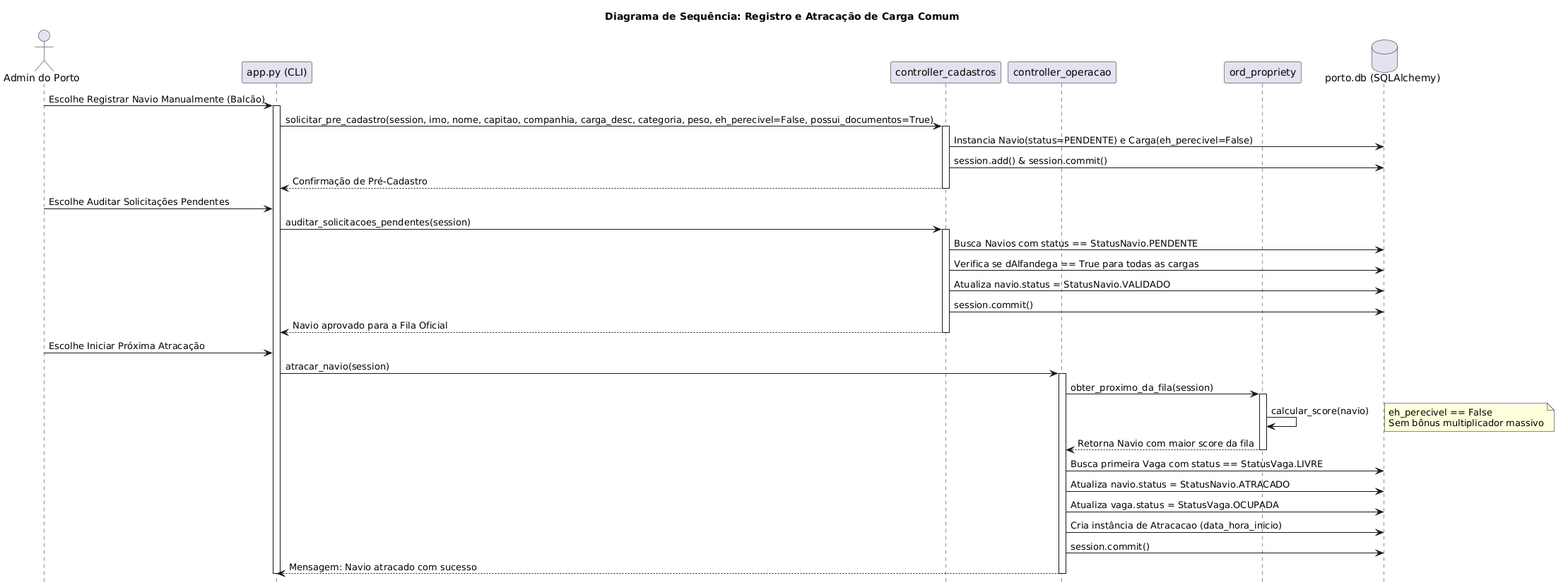
This is Docs/Diagramas/Imagens/Sequencia_2.png from Lucas2Araujo/App_ADMPortuaria, a PlantUML export, as it was before one commit.
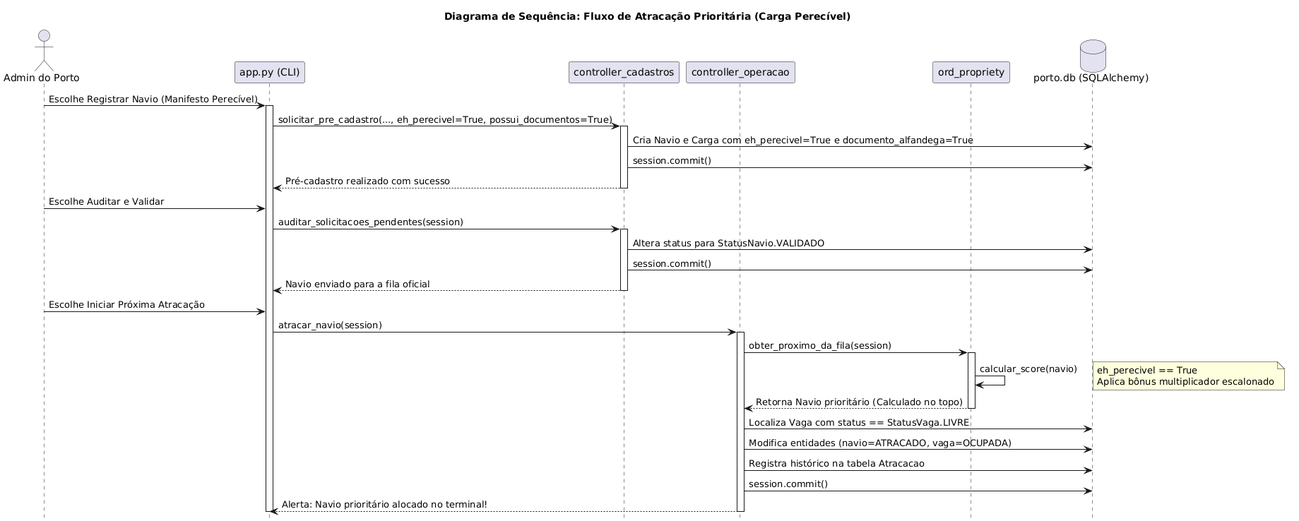
Later version of the same file.

Change to the diagram source:
```diff
@@ -1,5 +1,5 @@
 @startuml
-title Diagrama de Sequência: Registro e Atracação de Carga Comum
+title Diagrama de Sequência: Fluxo de Atracação Prioritária (Carga Perecível)
 hide footbox
 
 actor "Admin do Porto" as Admin
@@ -9,23 +9,21 @@
 participant "ord_propriety" as MotorFila
 database "porto.db (SQLAlchemy)" as DB
 
-Admin -> CLI: Escolhe Registrar Navio Manualmente (Balcão)
+Admin -> CLI: Escolhe Registrar Navio (Manifesto Perecível)
 activate CLI
-CLI -> CtrlCad: solicitar_pre_cadastro(session, imo, nome, capitao, companhia, carga_desc, categoria, peso, eh_perecivel=False, possui_documentos=True)
+CLI -> CtrlCad: solicitar_pre_cadastro(..., eh_perecivel=True, possui_documentos=True)
 activate CtrlCad
-CtrlCad -> DB: Instancia Navio(status=PENDENTE) e Carga(eh_perecivel=False)
-CtrlCad -> DB: session.add() & session.commit()
-CtrlCad --> CLI: Confirmação de Pré-Cadastro
+CtrlCad -> DB: Cria Navio e Carga com eh_perecivel=True e documento_alfandega=True
+CtrlCad -> DB: session.commit()
+CtrlCad --> CLI: Pré-cadastro realizado com sucesso
 deactivate CtrlCad
 
-Admin -> CLI: Escolhe Auditar Solicitações Pendentes
+Admin -> CLI: Escolhe Auditar e Validar
 CLI -> CtrlCad: auditar_solicitacoes_pendentes(session)
 activate CtrlCad
-CtrlCad -> DB: Busca Navios com status == StatusNavio.PENDENTE
-CtrlCad -> DB: Verifica se dAlfandega == True para todas as cargas
-CtrlCad -> DB: Atualiza navio.status = StatusNavio.VALIDADO
+CtrlCad -> DB: Altera status para StatusNavio.VALIDADO
 CtrlCad -> DB: session.commit()
-CtrlCad --> CLI: Navio aprovado para a Fila Oficial
+CtrlCad --> CLI: Navio enviado para a fila oficial
 deactivate CtrlCad
 
 Admin -> CLI: Escolhe Iniciar Próxima Atracação
@@ -34,16 +32,15 @@
 CtrlOp -> MotorFila: obter_proximo_da_fila(session)
 activate MotorFila
 MotorFila -> MotorFila: calcular_score(navio)
-note right: eh_perecivel == False\nSem bônus multiplicador massivo
-MotorFila --> CtrlOp: Retorna Navio com maior score da fila
+note right: eh_perecivel == True\nAplica bônus multiplicador escalonado
+MotorFila --> CtrlOp: Retorna Navio prioritário (Calculado no topo)
 deactivate MotorFila
 
-CtrlOp -> DB: Busca primeira Vaga com status == StatusVaga.LIVRE
-CtrlOp -> DB: Atualiza navio.status = StatusNavio.ATRACADO
-CtrlOp -> DB: Atualiza vaga.status = StatusVaga.OCUPADA
-CtrlOp -> DB: Cria instância de Atracacao (data_hora_inicio)
+CtrlOp -> DB: Localiza Vaga com status == StatusVaga.LIVRE
+CtrlOp -> DB: Modifica entidades (navio=ATRACADO, vaga=OCUPADA)
+CtrlOp -> DB: Registra histórico na tabela Atracacao
 CtrlOp -> DB: session.commit()
-CtrlOp --> CLI: Mensagem: Navio atracado com sucesso
+CtrlOp --> CLI: Alerta: Navio prioritário alocado no terminal!
 deactivate CtrlOp
 deactivate CLI
 @enduml
```
